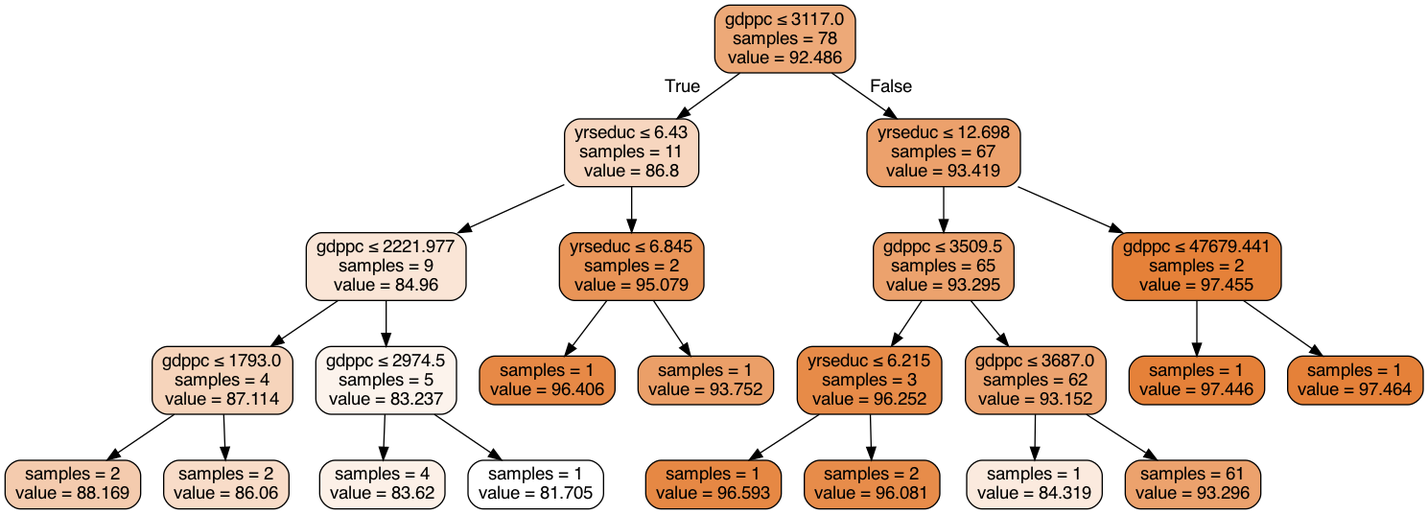
briellebush3/cse163project keeps this Graphviz diagram as tree.gv.png. Above is the earlier version. Its source is kept beside it as tree.gv. Its diagram source:
```dot
digraph Tree {
node [shape=box, style="filled, rounded", color="black", fontname="helvetica"] ;
edge [fontname="helvetica"] ;
0 [label=<gdppc &le; 3117.0<br/>samples = 78<br/>value = 92.486>, fillcolor="#eda978"] ;
1 [label=<yrseduc &le; 6.43<br/>samples = 11<br/>value = 86.8>, fillcolor="#f7d6bf"] ;
0 -> 1 [labeldistance=2.5, labelangle=45, headlabel="True"] ;
2 [label=<gdppc &le; 2221.977<br/>samples = 9<br/>value = 84.96>, fillcolor="#fae5d6"] ;
1 -> 2 ;
3 [label=<gdppc &le; 1793.0<br/>samples = 4<br/>value = 87.114>, fillcolor="#f6d4bb"] ;
2 -> 3 ;
4 [label=<samples = 2<br/>value = 88.169>, fillcolor="#f4cbae"] ;
3 -> 4 ;
5 [label=<samples = 2<br/>value = 86.06>, fillcolor="#f8dcc8"] ;
3 -> 5 ;
6 [label=<gdppc &le; 2974.5<br/>samples = 5<br/>value = 83.237>, fillcolor="#fcf3ec"] ;
2 -> 6 ;
7 [label=<samples = 4<br/>value = 83.62>, fillcolor="#fcf0e7"] ;
6 -> 7 ;
8 [label=<samples = 1<br/>value = 81.705>, fillcolor="#ffffff"] ;
6 -> 8 ;
9 [label=<yrseduc &le; 6.845<br/>samples = 2<br/>value = 95.079>, fillcolor="#e99457"] ;
1 -> 9 ;
10 [label=<samples = 1<br/>value = 96.406>, fillcolor="#e78946"] ;
9 -> 10 ;
11 [label=<samples = 1<br/>value = 93.752>, fillcolor="#eb9f68"] ;
9 -> 11 ;
12 [label=<yrseduc &le; 12.698<br/>samples = 67<br/>value = 93.419>, fillcolor="#eca16c"] ;
0 -> 12 [labeldistance=2.5, labelangle=-45, headlabel="False"] ;
13 [label=<gdppc &le; 3509.5<br/>samples = 65<br/>value = 93.295>, fillcolor="#eca26d"] ;
12 -> 13 ;
14 [label=<yrseduc &le; 6.215<br/>samples = 3<br/>value = 96.252>, fillcolor="#e78b48"] ;
13 -> 14 ;
15 [label=<samples = 1<br/>value = 96.593>, fillcolor="#e68844"] ;
14 -> 15 ;
16 [label=<samples = 2<br/>value = 96.081>, fillcolor="#e78c4a"] ;
14 -> 16 ;
17 [label=<gdppc &le; 3687.0<br/>samples = 62<br/>value = 93.152>, fillcolor="#eca36f"] ;
13 -> 17 ;
18 [label=<samples = 1<br/>value = 84.319>, fillcolor="#fbeade"] ;
17 -> 18 ;
19 [label=<samples = 61<br/>value = 93.296>, fillcolor="#eca26d"] ;
17 -> 19 ;
20 [label=<gdppc &le; 47679.441<br/>samples = 2<br/>value = 97.455>, fillcolor="#e58139"] ;
12 -> 20 ;
21 [label=<samples = 1<br/>value = 97.446>, fillcolor="#e58139"] ;
20 -> 21 ;
22 [label=<samples = 1<br/>value = 97.464>, fillcolor="#e58139"] ;
20 -> 22 ;
}
```
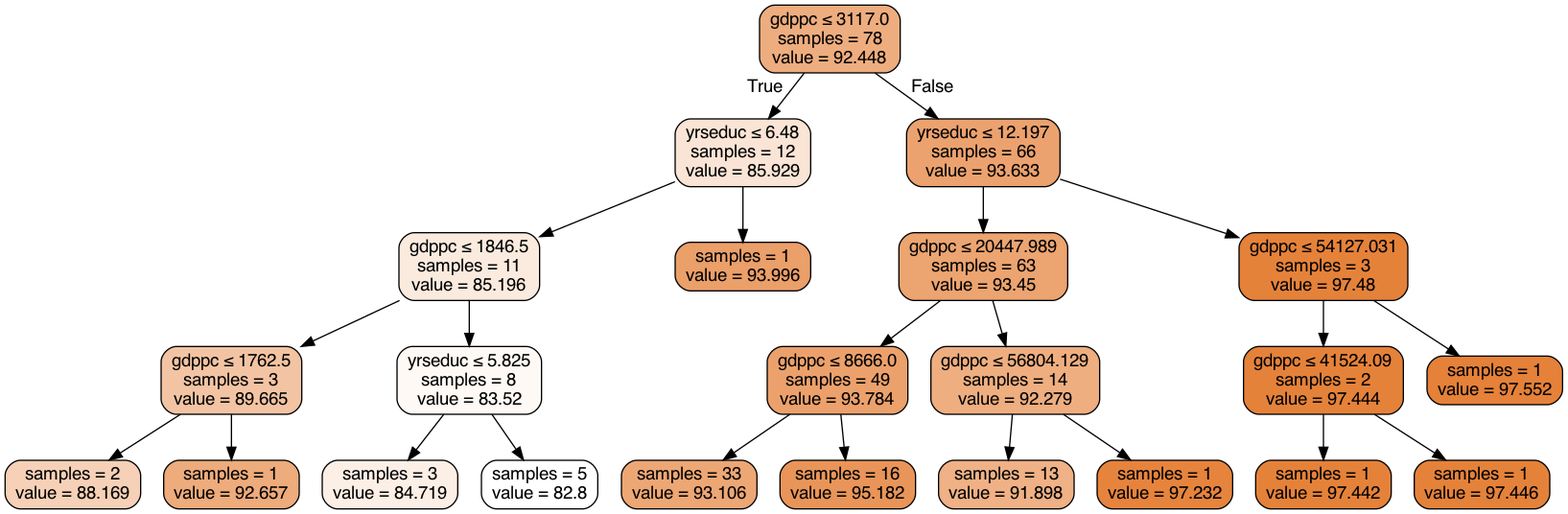
Above is the later version.

The edit, as a diff of the source:
```diff
@@ -1,49 +1,49 @@
 digraph Tree {
 node [shape=box, style="filled, rounded", color="black", fontname="helvetica"] ;
 edge [fontname="helvetica"] ;
-0 [label=<gdppc &le; 3117.0<br/>samples = 78<br/>value = 92.486>, fillcolor="#eda978"] ;
-1 [label=<yrseduc &le; 6.43<br/>samples = 11<br/>value = 86.8>, fillcolor="#f7d6bf"] ;
+0 [label=<gdppc &le; 3117.0<br/>samples = 78<br/>value = 92.448>, fillcolor="#eead7e"] ;
+1 [label=<yrseduc &le; 6.48<br/>samples = 12<br/>value = 85.929>, fillcolor="#f9e4d5"] ;
 0 -> 1 [labeldistance=2.5, labelangle=45, headlabel="True"] ;
-2 [label=<gdppc &le; 2221.977<br/>samples = 9<br/>value = 84.96>, fillcolor="#fae5d6"] ;
+2 [label=<gdppc &le; 1846.5<br/>samples = 11<br/>value = 85.196>, fillcolor="#fbebdf"] ;
 1 -> 2 ;
-3 [label=<gdppc &le; 1793.0<br/>samples = 4<br/>value = 87.114>, fillcolor="#f6d4bb"] ;
+3 [label=<gdppc &le; 1762.5<br/>samples = 3<br/>value = 89.665>, fillcolor="#f3c4a3"] ;
 2 -> 3 ;
-4 [label=<samples = 2<br/>value = 88.169>, fillcolor="#f4cbae"] ;
+4 [label=<samples = 2<br/>value = 88.169>, fillcolor="#f6d1b7"] ;
 3 -> 4 ;
-5 [label=<samples = 2<br/>value = 86.06>, fillcolor="#f8dcc8"] ;
+5 [label=<samples = 1<br/>value = 92.657>, fillcolor="#eeab7b"] ;
 3 -> 5 ;
-6 [label=<gdppc &le; 2974.5<br/>samples = 5<br/>value = 83.237>, fillcolor="#fcf3ec"] ;
+6 [label=<yrseduc &le; 5.825<br/>samples = 8<br/>value = 83.52>, fillcolor="#fef9f5"] ;
 2 -> 6 ;
-7 [label=<samples = 4<br/>value = 83.62>, fillcolor="#fcf0e7"] ;
+7 [label=<samples = 3<br/>value = 84.719>, fillcolor="#fcefe5"] ;
 6 -> 7 ;
-8 [label=<samples = 1<br/>value = 81.705>, fillcolor="#ffffff"] ;
+8 [label=<samples = 5<br/>value = 82.8>, fillcolor="#ffffff"] ;
 6 -> 8 ;
-9 [label=<yrseduc &le; 6.845<br/>samples = 2<br/>value = 95.079>, fillcolor="#e99457"] ;
+9 [label=<samples = 1<br/>value = 93.996>, fillcolor="#eb9f69"] ;
 1 -> 9 ;
-10 [label=<samples = 1<br/>value = 96.406>, fillcolor="#e78946"] ;
-9 -> 10 ;
-11 [label=<samples = 1<br/>value = 93.752>, fillcolor="#eb9f68"] ;
-9 -> 11 ;
-12 [label=<yrseduc &le; 12.698<br/>samples = 67<br/>value = 93.419>, fillcolor="#eca16c"] ;
-0 -> 12 [labeldistance=2.5, labelangle=-45, headlabel="False"] ;
-13 [label=<gdppc &le; 3509.5<br/>samples = 65<br/>value = 93.295>, fillcolor="#eca26d"] ;
+10 [label=<yrseduc &le; 12.197<br/>samples = 66<br/>value = 93.633>, fillcolor="#eca26e"] ;
+0 -> 10 [labeldistance=2.5, labelangle=-45, headlabel="False"] ;
+11 [label=<gdppc &le; 20447.989<br/>samples = 63<br/>value = 93.45>, fillcolor="#eca470"] ;
+10 -> 11 ;
+12 [label=<gdppc &le; 8666.0<br/>samples = 49<br/>value = 93.784>, fillcolor="#eca16c"] ;
+11 -> 12 ;
+13 [label=<samples = 33<br/>value = 93.106>, fillcolor="#eda775"] ;
 12 -> 13 ;
-14 [label=<yrseduc &le; 6.215<br/>samples = 3<br/>value = 96.252>, fillcolor="#e78b48"] ;
-13 -> 14 ;
-15 [label=<samples = 1<br/>value = 96.593>, fillcolor="#e68844"] ;
-14 -> 15 ;
-16 [label=<samples = 2<br/>value = 96.081>, fillcolor="#e78c4a"] ;
-14 -> 16 ;
-17 [label=<gdppc &le; 3687.0<br/>samples = 62<br/>value = 93.152>, fillcolor="#eca36f"] ;
-13 -> 17 ;
-18 [label=<samples = 1<br/>value = 84.319>, fillcolor="#fbeade"] ;
-17 -> 18 ;
-19 [label=<samples = 61<br/>value = 93.296>, fillcolor="#eca26d"] ;
-17 -> 19 ;
-20 [label=<gdppc &le; 47679.441<br/>samples = 2<br/>value = 97.455>, fillcolor="#e58139"] ;
-12 -> 20 ;
-21 [label=<samples = 1<br/>value = 97.446>, fillcolor="#e58139"] ;
-20 -> 21 ;
-22 [label=<samples = 1<br/>value = 97.464>, fillcolor="#e58139"] ;
-20 -> 22 ;
+14 [label=<samples = 16<br/>value = 95.182>, fillcolor="#e99559"] ;
+12 -> 14 ;
+15 [label=<gdppc &le; 56804.129<br/>samples = 14<br/>value = 92.279>, fillcolor="#eeae80"] ;
+11 -> 15 ;
+16 [label=<samples = 13<br/>value = 91.898>, fillcolor="#efb185"] ;
+15 -> 16 ;
+17 [label=<samples = 1<br/>value = 97.232>, fillcolor="#e6843d"] ;
+15 -> 17 ;
+18 [label=<gdppc &le; 54127.031<br/>samples = 3<br/>value = 97.48>, fillcolor="#e5823a"] ;
+10 -> 18 ;
+19 [label=<gdppc &le; 41524.09<br/>samples = 2<br/>value = 97.444>, fillcolor="#e5823a"] ;
+18 -> 19 ;
+20 [label=<samples = 1<br/>value = 97.442>, fillcolor="#e5823a"] ;
+19 -> 20 ;
+21 [label=<samples = 1<br/>value = 97.446>, fillcolor="#e5823a"] ;
+19 -> 21 ;
+22 [label=<samples = 1<br/>value = 97.552>, fillcolor="#e58139"] ;
+18 -> 22 ;
 }
```
